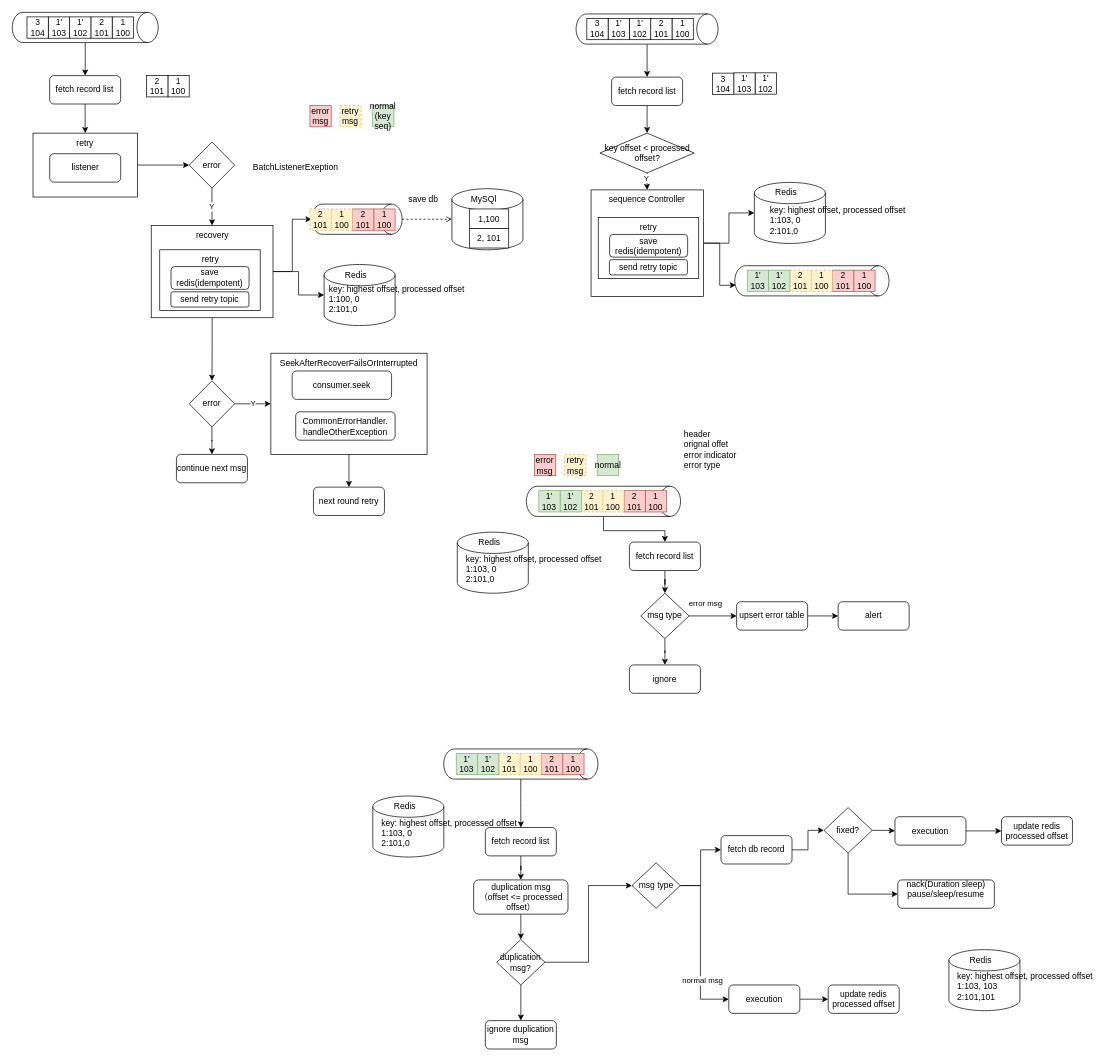
This is techlab/kafka message handler.drawio from qiufang1314/drawio, a draw.io file, before an edit. Source tidied: cells renumbered, new cells numbered last; positions are measured from the earlier drawing's top-left corner, leaving out a move shared by most shapes. Both pictures are drawn from the tidied source at 71%, with x=0, y=0 at pixel (27, -46).
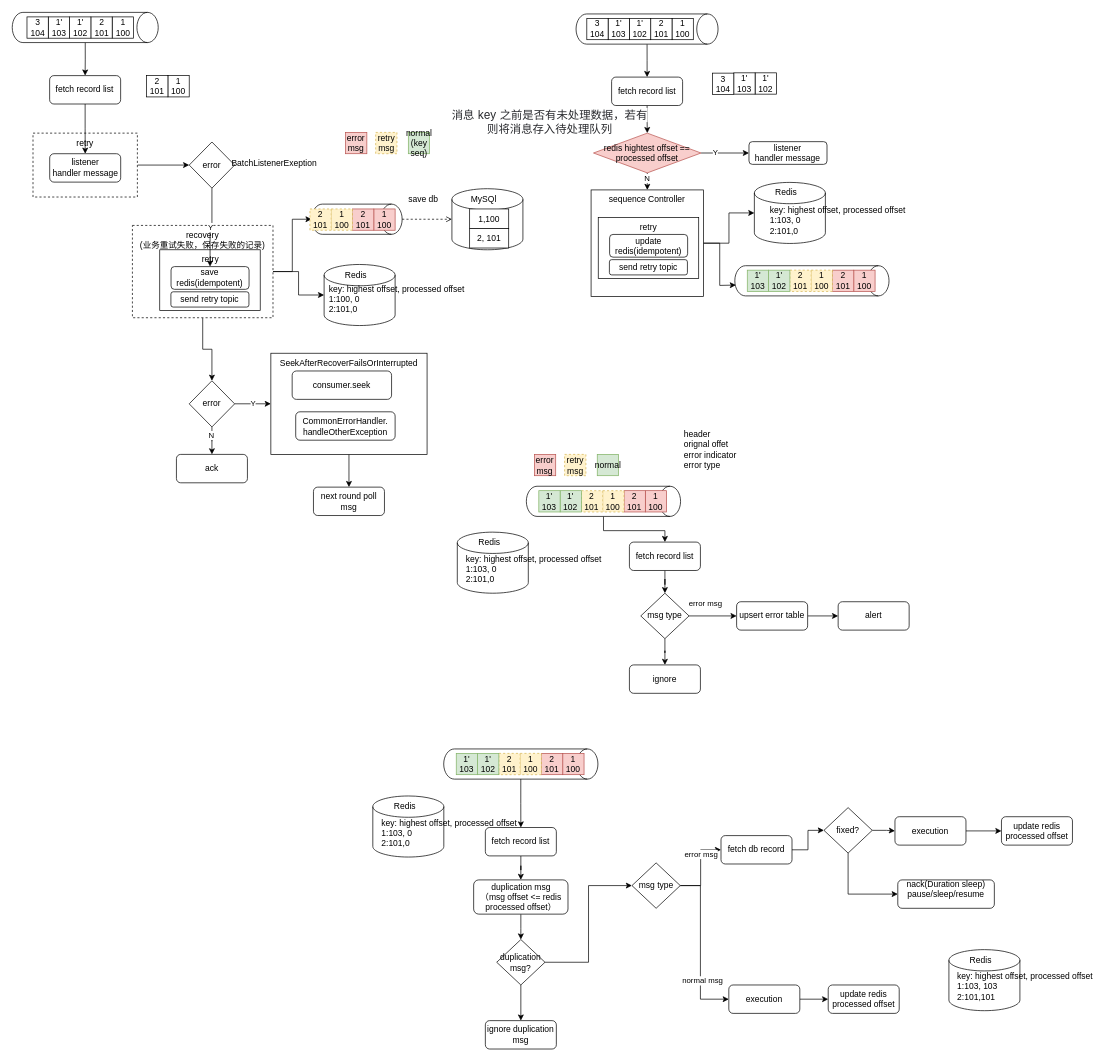
After the change.

The change refers to these unchanged cells:
```xml
<mxCell id="13" value="fetch record list" style="rounded=1;whiteSpace=wrap;html=1;" parent="1" vertex="1">
  <mxGeometry x="31.4" y="171" width="100" height="40" as="geometry" />
</mxCell>
<mxCell id="20" value="error" style="rhombus;whiteSpace=wrap;html=1;" parent="1" vertex="1">
  <mxGeometry x="228" y="264.5" width="64" height="65" as="geometry" />
</mxCell>
<mxCell id="23" style="edgeStyle=orthogonalEdgeStyle;rounded=0;jettySize=auto;html=1;" parent="1" edge="1" source="24" target="143">
  <mxGeometry relative="1" as="geometry" />
</mxCell>
<mxCell id="59" style="edgeStyle=orthogonalEdgeStyle;rounded=0;jettySize=auto;html=1;" parent="1" edge="1" source="61" target="48">
  <mxGeometry relative="1" as="geometry" />
</mxCell>
<mxCell id="65" value="save redis(idempotent)" style="rounded=1;whiteSpace=wrap;html=1;" parent="1" vertex="1">
  <mxGeometry x="202.4" y="440" width="109.9" height="32" as="geometry" />
</mxCell>
<mxCell id="111" style="edgeStyle=orthogonalEdgeStyle;rounded=0;jettySize=auto;html=1;" parent="1" edge="1" source="112" target="114">
  <mxGeometry relative="1" as="geometry" />
</mxCell>
```

The edit, as a diff of the source:
```diff
@@
-    <mxCell id="12" style="edgeStyle=orthogonalEdgeStyle;rounded=0;jettySize=auto;html=1;entryX=0.5;entryY=0;entryDx=0;entryDy=0;" parent="1" edge="1" source="13" target="15">
-      <mxGeometry relative="1" as="geometry" />
-    </mxCell>
@@
-    <mxCell id="15" value="retry" style="rounded=0;whiteSpace=wrap;html=1;verticalAlign=top;" parent="1" vertex="1">
+    <mxCell id="15" value="retry" style="rounded=0;whiteSpace=wrap;html=1;verticalAlign=top;dashed=1;" parent="1" vertex="1">
       <mxGeometry x="8" y="252" width="147" height="90" as="geometry" />
     </mxCell>
-    <mxCell id="16" value="listener" style="rounded=1;whiteSpace=wrap;html=1;" parent="1" vertex="1">
+    <mxCell id="16" value="listener&lt;div&gt;handler message&lt;/div&gt;" style="rounded=1;whiteSpace=wrap;html=1;" parent="1" vertex="1">
       <mxGeometry x="31.5" y="281" width="100" height="40" as="geometry" />
     </mxCell>
@@
-    <mxCell id="18" value="recovery" style="rounded=0;whiteSpace=wrap;html=1;verticalAlign=top;" parent="1" vertex="1">
-      <mxGeometry x="174.5" y="382" width="171.5" height="130" as="geometry" />
+    <mxCell id="18" value="recovery&lt;div&gt;(业务重试失败，保存失败的记录)&lt;/div&gt;" style="rounded=0;whiteSpace=wrap;html=1;verticalAlign=top;dashed=1;" parent="1" vertex="1">
+      <mxGeometry x="148" y="382" width="198" height="130" as="geometry" />
     </mxCell>
-    <mxCell id="19" value="Y" style="edgeStyle=orthogonalEdgeStyle;rounded=0;jettySize=auto;html=1;entryX=0.5;entryY=0;entryDx=0;entryDy=0;" parent="1" edge="1" source="20" target="18">
-      <mxGeometry relative="1" as="geometry" />
-    </mxCell>
@@
     <mxCell id="21" value="BatchListenerExeption" style="text;html=1;align=center;verticalAlign=middle;whiteSpace=wrap;rounded=0;" parent="1" vertex="1">
-      <mxGeometry x="348" y="286" width="60" height="30" as="geometry" />
+      <mxGeometry x="318" y="279.5" width="60" height="30" as="geometry" />
     </mxCell>
@@
+    <mxCell id="145" value="N" style="edgeLabel;html=1;align=center;verticalAlign=middle;" parent="23" vertex="1">
+      <mxGeometry x="-0.42" y="-2" relative="1" as="geometry" />
+    </mxCell>
@@
-    <mxCell id="60" value="Y" style="edgeLabel;html=1;align=center;verticalAlign=middle;" parent="59" vertex="1">
+    <mxCell id="60" value="N" style="edgeLabel;html=1;align=center;verticalAlign=middle;" parent="59" vertex="1">
       <mxGeometry x="-0.49" y="-1" relative="1" as="geometry">
         <mxPoint y="2" as="offset" />
       </mxGeometry>
     </mxCell>
+    <mxCell id="146" style="edgeStyle=orthogonalEdgeStyle;rounded=0;jettySize=auto;html=1;entryX=0;entryY=0.5;entryDx=0;entryDy=0;" parent="1" edge="1" source="61" target="150">
+      <mxGeometry relative="1" as="geometry" />
+    </mxCell>
+    <mxCell id="147" value="Y" style="edgeLabel;html=1;align=center;verticalAlign=middle;" parent="146" vertex="1">
+      <mxGeometry x="-0.42" y="2" relative="1" as="geometry" />
+    </mxCell>
-    <mxCell id="61" value="key offset &amp;lt; processed offset?" style="rhombus;whiteSpace=wrap;html=1;" parent="1" vertex="1">
-      <mxGeometry x="806.5" y="252" width="132.7" height="56" as="geometry" />
+    <mxCell id="61" value="redis hightest offset == processed offset" style="rhombus;whiteSpace=wrap;html=1;fillColor=#f8cecc;strokeColor=#b85450;" parent="1" vertex="1">
+      <mxGeometry x="797.4" y="252" width="151.5" height="56" as="geometry" />
     </mxCell>
@@
-    <mxCell id="70" value="save redis(idempotent)" style="rounded=1;whiteSpace=wrap;html=1;" parent="1" vertex="1">
+    <mxCell id="70" value="update redis(idempotent)" style="rounded=1;whiteSpace=wrap;html=1;" parent="1" vertex="1">
       <mxGeometry x="820.1" y="394.7" width="109.9" height="32" as="geometry" />
     </mxCell>
@@
+    <mxCell id="148" value="error msg" style="edgeLabel;html=1;align=center;verticalAlign=middle;" parent="111" vertex="1">
+      <mxGeometry x="0.36" relative="1" as="geometry" />
+    </mxCell>
@@
     <mxCell id="125" value="error&lt;div&gt;msg&lt;/div&gt;" style="rounded=0;whiteSpace=wrap;html=1;fillColor=#f8cecc;strokeColor=#b85450;" parent="1" vertex="1">
-      <mxGeometry x="398" y="213.1" width="30" height="30" as="geometry" />
+      <mxGeometry x="448.2" y="251" width="30" height="30" as="geometry" />
     </mxCell>
     <mxCell id="126" value="retry&lt;div&gt;msg&lt;/div&gt;" style="rounded=0;whiteSpace=wrap;html=1;dashed=1;fillColor=#fff2cc;strokeColor=#d6b656;" parent="1" vertex="1">
-      <mxGeometry x="440.4" y="213.1" width="30" height="30" as="geometry" />
+      <mxGeometry x="490.6" y="251" width="30" height="30" as="geometry" />
     </mxCell>
     <mxCell id="127" value="normal&lt;div&gt;(key seq)&lt;/div&gt;" style="rounded=0;whiteSpace=wrap;html=1;fillColor=#d5e8d4;strokeColor=#82b366;" parent="1" vertex="1">
-      <mxGeometry x="486.4" y="213.1" width="30" height="30" as="geometry" />
+      <mxGeometry x="536.6" y="251" width="30" height="30" as="geometry" />
     </mxCell>
@@
-    <mxCell id="138" value="duplication msg&lt;div&gt;（offset &amp;lt;= processed offset）&lt;/div&gt;" style="rounded=1;whiteSpace=wrap;html=1;" parent="1" vertex="1">
+    <mxCell id="138" value="duplication msg&lt;div&gt;（msg offset &amp;lt;= redis processed offset）&lt;/div&gt;" style="rounded=1;whiteSpace=wrap;html=1;" parent="1" vertex="1">
       <mxGeometry x="628.6" y="1303.8" width="132.9" height="48.2" as="geometry" />
     </mxCell>
@@
-    <mxCell id="143" value="continue next msg" style="rounded=1;whiteSpace=wrap;html=1;" parent="1" vertex="1">
+    <mxCell id="143" value="ack" style="rounded=1;whiteSpace=wrap;html=1;" parent="1" vertex="1">
       <mxGeometry x="210" y="704.5" width="100" height="40" as="geometry" />
     </mxCell>
-    <mxCell id="144" value="next round retry" style="rounded=1;whiteSpace=wrap;html=1;" parent="1" vertex="1">
+    <mxCell id="144" value="next round poll msg" style="rounded=1;whiteSpace=wrap;html=1;" parent="1" vertex="1">
       <mxGeometry x="403" y="750.6" width="100" height="40" as="geometry" />
     </mxCell>
+    <mxCell id="149" value="&lt;span style=&quot;color: rgb(41, 42, 46); font-family: ui-sans-serif, -apple-system, &amp;quot;system-ui&amp;quot;, &amp;quot;Segoe UI&amp;quot;, Ubuntu, &amp;quot;Helvetica Neue&amp;quot;, sans-serif; font-size: 16px; text-align: start; white-space-collapse: preserve; background-color: rgb(255, 255, 255);&quot;&gt;消息 key 之前是否有未处理数据，若有则将消息存入待处理队列&lt;/span&gt;" style="text;html=1;align=center;verticalAlign=middle;whiteSpace=wrap;rounded=0;" parent="1" vertex="1">
+      <mxGeometry x="594" y="222" width="284" height="30" as="geometry" />
+    </mxCell>
+    <mxCell id="150" value="listener&lt;div&gt;handler message&lt;/div&gt;" style="rounded=1;whiteSpace=wrap;html=1;" parent="1" vertex="1">
+      <mxGeometry x="1016.4" y="264" width="109.9" height="32" as="geometry" />
+    </mxCell>
+    <mxCell id="12" style="edgeStyle=orthogonalEdgeStyle;rounded=0;jettySize=auto;html=1;entryX=0.5;entryY=0;entryDx=0;entryDy=0;" parent="1" edge="1" source="13" target="16">
+      <mxGeometry relative="1" as="geometry" />
+    </mxCell>
+    <mxCell id="19" value="Y" style="edgeStyle=orthogonalEdgeStyle;rounded=0;jettySize=auto;html=1;entryX=0.5;entryY=0;entryDx=0;entryDy=0;" parent="1" edge="1" source="20" target="65">
+      <mxGeometry relative="1" as="geometry" />
+    </mxCell>
```
